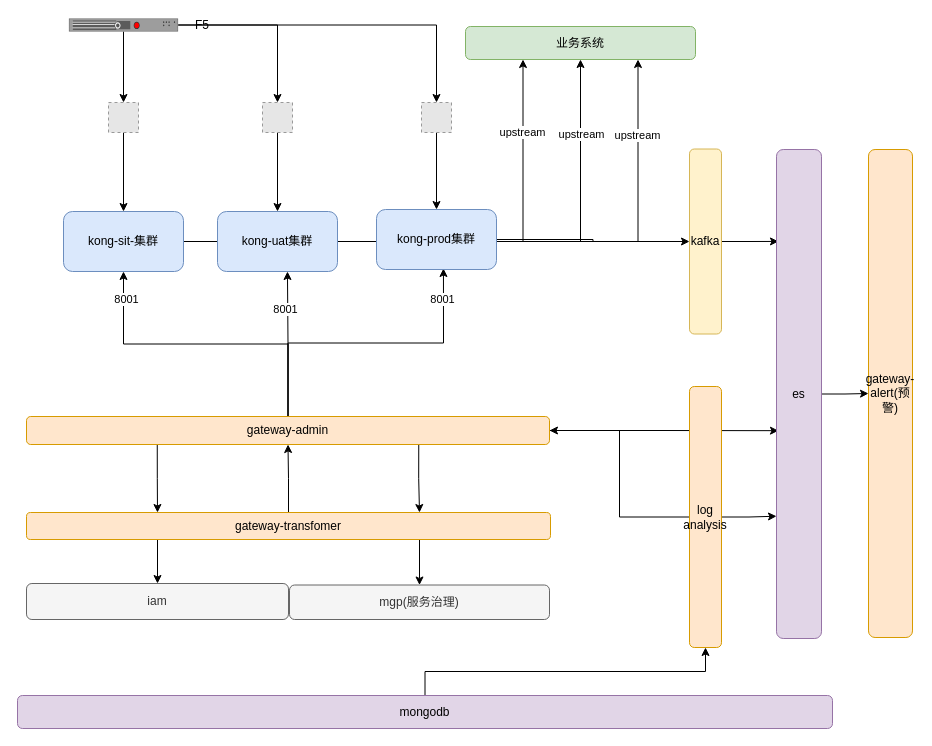
Before: api-gateway.drawio in wssaidong/draw.io, a draw.io diagram. Source tidied: cells renumbered, new cells numbered last; positions are measured from the earlier drawing's top-left corner, leaving out a move shared by most shapes. Both pictures are drawn from the tidied source at 100%, with x=0, y=0 at pixel (17, 18). Pictures stored in the file or linked from it are replaced by grey dashed boxes.
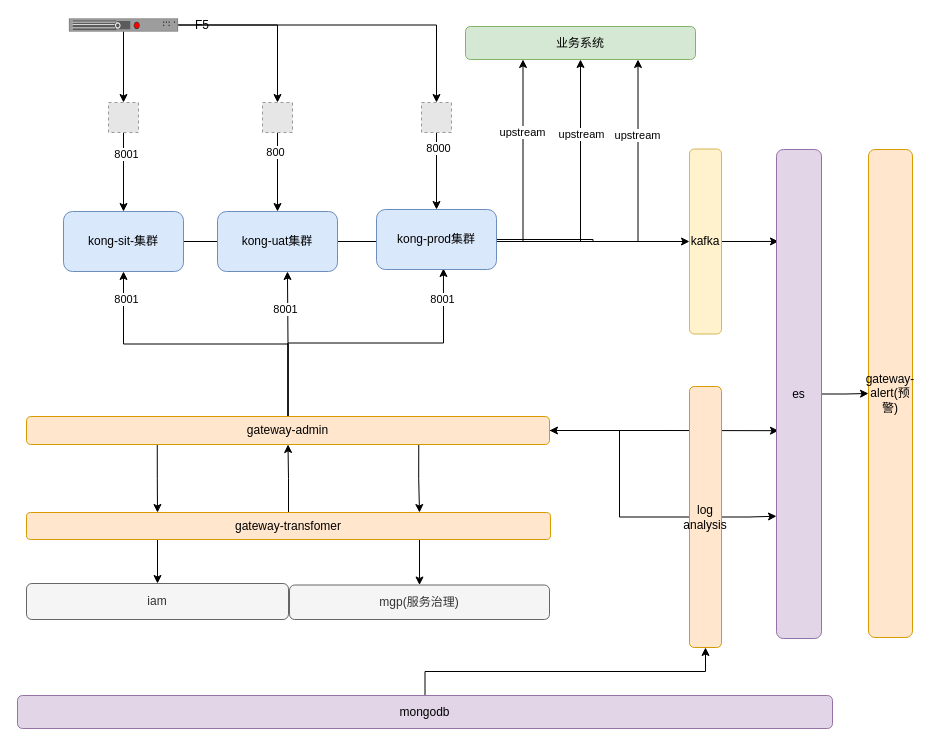
The same page after the edit.

Unchanged cells that the change refers to:
```xml
<mxCell id="11" style="edgeStyle=orthogonalEdgeStyle;rounded=0;jettySize=auto;html=1;" parent="1" edge="1" source="12" target="7">
  <mxGeometry relative="1" as="geometry" />
</mxCell>
<mxCell id="13" style="edgeStyle=orthogonalEdgeStyle;rounded=0;jettySize=auto;html=1;" parent="1" edge="1" source="14" target="10">
  <mxGeometry relative="1" as="geometry" />
</mxCell>
<mxCell id="15" style="edgeStyle=orthogonalEdgeStyle;rounded=0;jettySize=auto;html=1;" parent="1" edge="1" source="16" target="33">
  <mxGeometry relative="1" as="geometry" />
</mxCell>
```

What changed in the source:
```diff
@@
+    <mxCell id="50" value="8001" style="edgeLabel;html=1;align=center;verticalAlign=middle;" parent="11" vertex="1">
+      <mxGeometry x="-0.47" y="2" relative="1" as="geometry" />
+    </mxCell>
@@
+    <mxCell id="51" value="800" style="edgeLabel;html=1;align=center;verticalAlign=middle;" parent="13" vertex="1">
+      <mxGeometry x="-0.53" y="-3" relative="1" as="geometry" />
+    </mxCell>
@@
+    <mxCell id="52" value="8000" style="edgeLabel;html=1;align=center;verticalAlign=middle;" parent="15" vertex="1">
+      <mxGeometry x="-0.61" y="1" relative="1" as="geometry" />
+    </mxCell>
```
